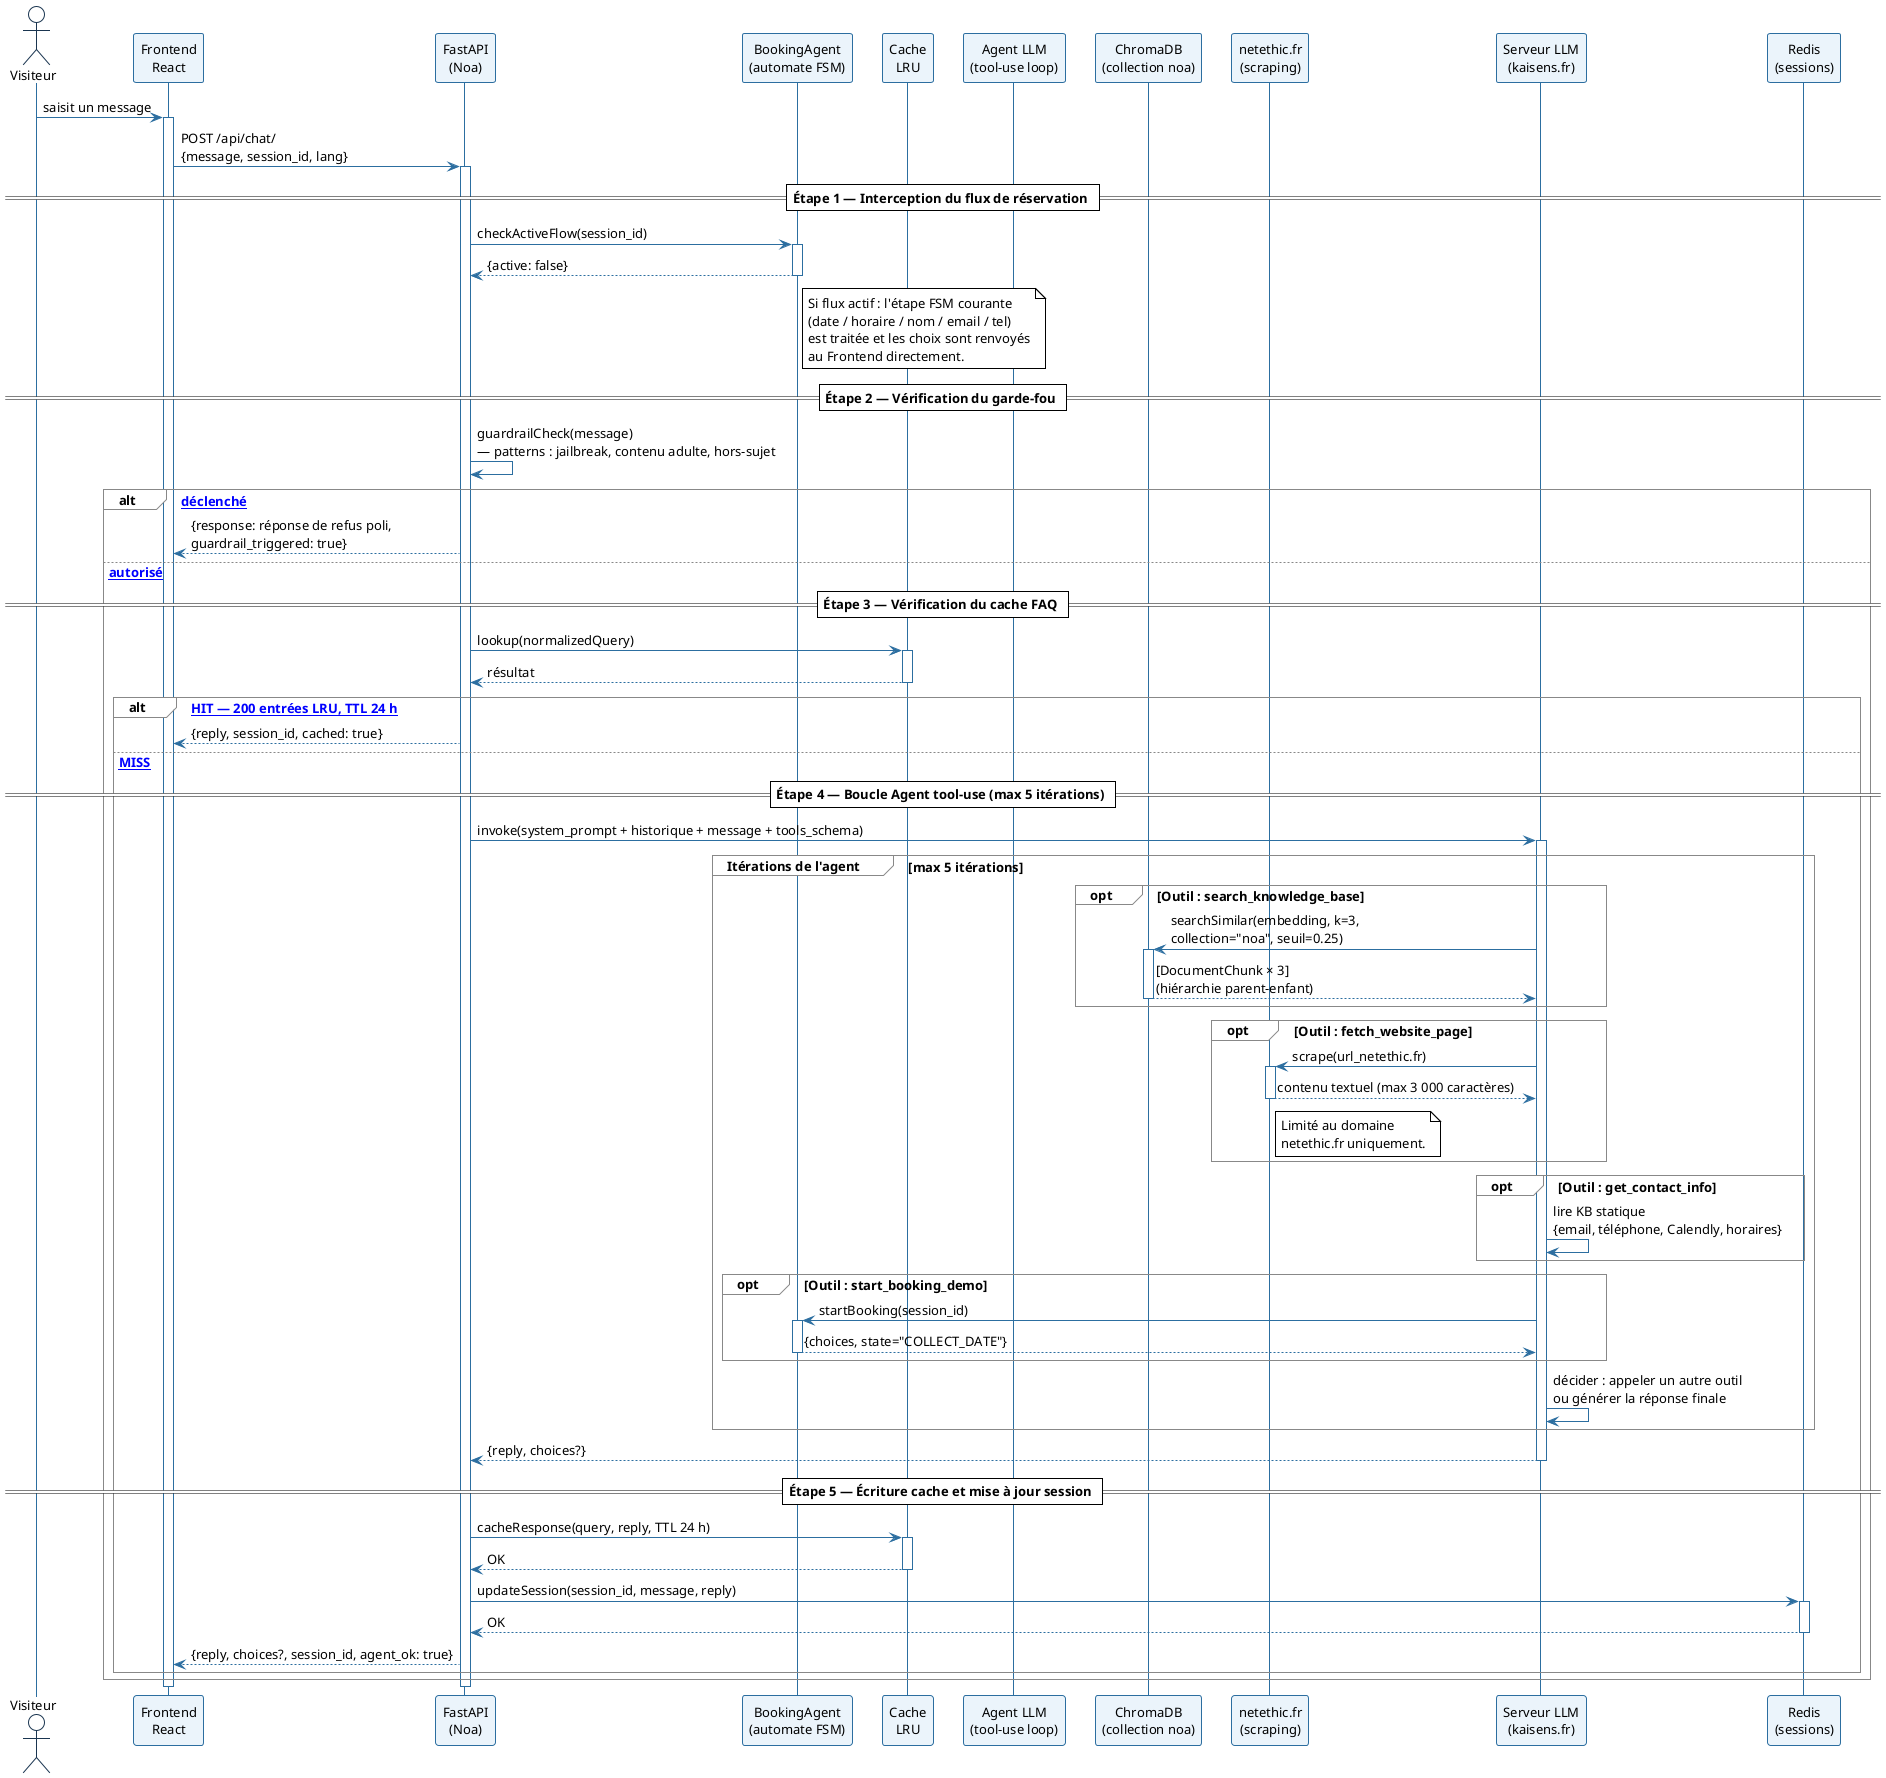
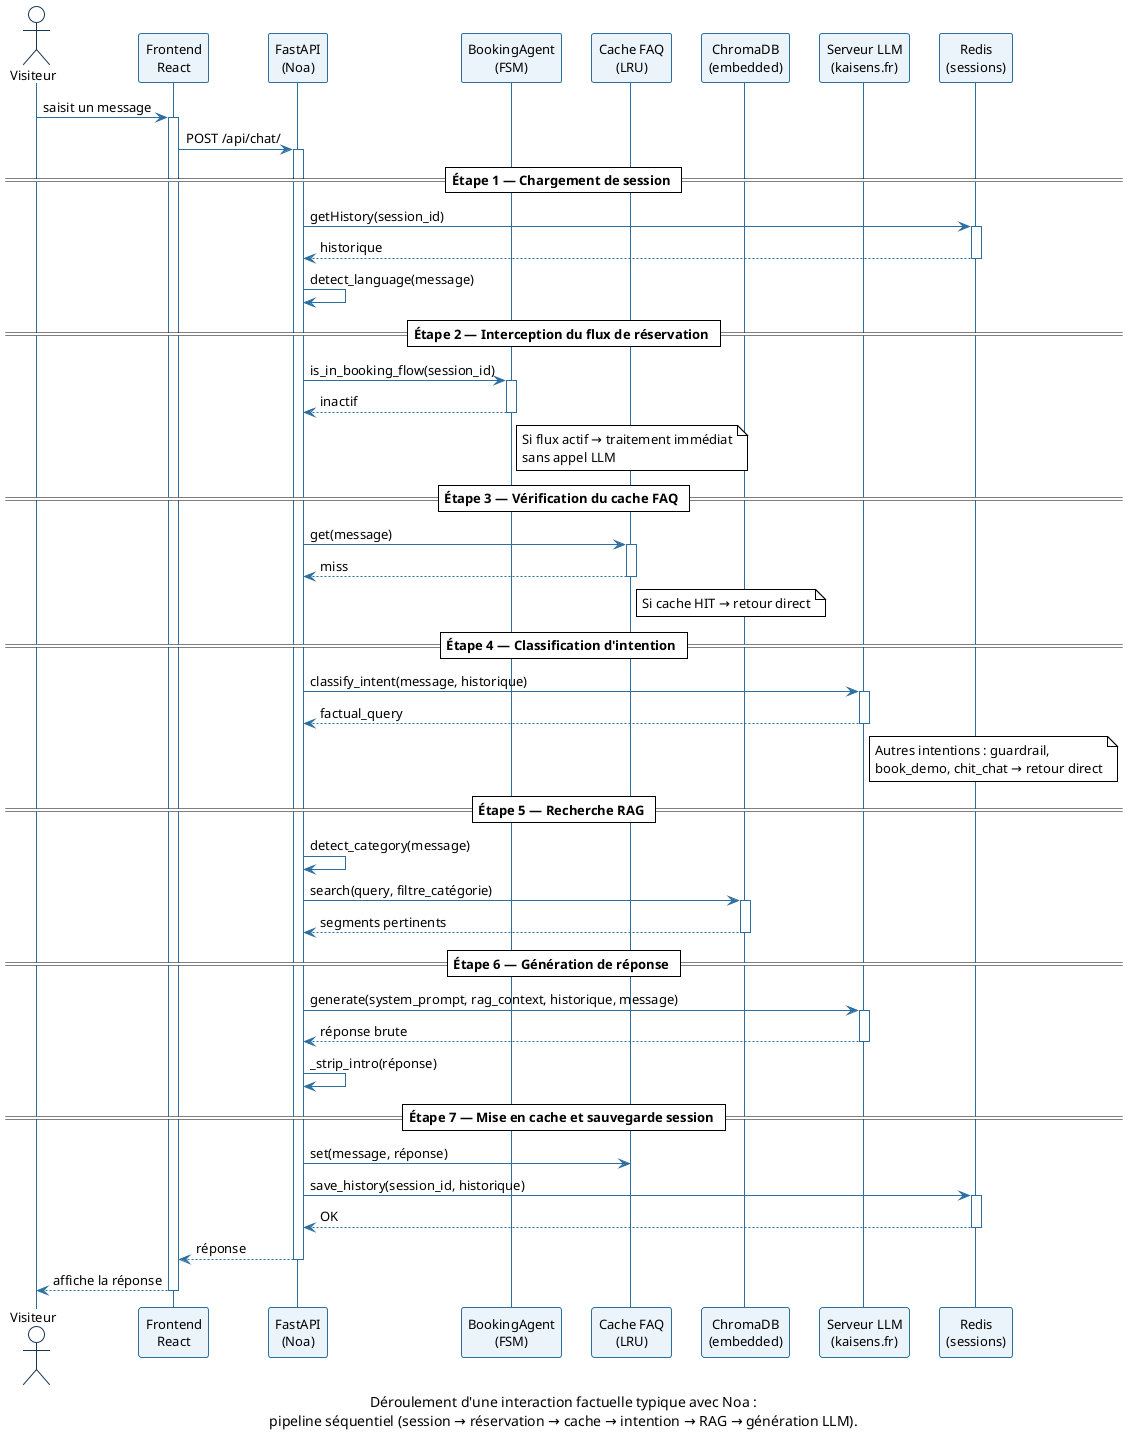
- ﻿@startuml sequence_noa
+ @startuml sequence_noa
!theme plain
skinparam sequenceArrowColor #2C6EA0
skinparam sequenceLifeLineBorderColor #2C6EA0
skinparam sequenceParticipantBorderColor #2C6EA0
skinparam sequenceParticipantBackgroundColor #EBF4FB
skinparam sequenceActorBorderColor #1A3550
skinparam sequenceGroupBorderColor #888888
skinparam defaultFontName Arial
skinparam defaultFontSize 13

+ caption Déroulement d'une interaction factuelle typique avec Noa :\npipeline séquentiel (session → réservation → cache → intention → RAG → génération LLM).

- actor       "Visiteur"                      as V
- participant "Frontend\nReact"               as FE
- participant "FastAPI\n(Noa)"                as API
- participant "BookingAgent\n(automate FSM)"  as FSM
- participant "Cache\nLRU"                    as Cache
- participant "Agent LLM\n(tool-use loop)"    as Agent
- participant "ChromaDB\n(collection noa)"    as Chroma
- participant "netethic.fr\n(scraping)"       as Web
- participant "Serveur LLM\n(kaisens.fr)"     as LLM
- participant "Redis\n(sessions)"             as Redis
+ actor       "Visiteur"                  as V
+ participant "Frontend\nReact"           as FE
+ participant "FastAPI\n(Noa)"            as API
+ participant "BookingAgent\n(FSM)"       as FSM
+ participant "Cache FAQ\n(LRU)"          as Cache
+ participant "ChromaDB\n(embedded)"      as Chroma
+ participant "Serveur LLM\n(kaisens.fr)" as LLM
+ participant "Redis\n(sessions)"         as Redis

V  -> FE  : saisit un message
activate FE
- FE -> API : POST /api/chat/\n{message, session_id, lang}
+ FE -> API : POST /api/chat/
activate API

- == Étape 1 — Interception du flux de réservation ==
+ == Étape 1 — Chargement de session ==

- API -> FSM : checkActiveFlow(session_id)
+ API -> Redis : getHistory(session_id)
+ activate Redis
+ Redis --> API : historique
+ deactivate Redis
+ API -> API : detect_language(message)
+ 
+ == Étape 2 — Interception du flux de réservation ==
+ 
+ API -> FSM : is_in_booking_flow(session_id)
activate FSM
- FSM --> API : {active: false}
+ FSM --> API : inactif
deactivate FSM
+ note right of FSM : Si flux actif → traitement immédiat\nsans appel LLM

- note right of FSM
-   Si flux actif : l'étape FSM courante
-   (date / horaire / nom / email / tel)
-   est traitée et les choix sont renvoyés
-   au Frontend directement.
- end note
+ == Étape 3 — Vérification du cache FAQ ==

- == Étape 2 — Vérification du garde-fou ==
+ API -> Cache : get(message)
+ activate Cache
+ Cache --> API : miss
+ deactivate Cache
+ note right of Cache : Si cache HIT → retour direct

- API -> API : guardrailCheck(message)\n— patterns : jailbreak, contenu adulte, hors-sujet
+ == Étape 4 — Classification d'intention ==

- alt [Guardrail déclenché]
-   API --> FE : {response: réponse de refus poli,\nguardrail_triggered: true}
+ API -> LLM : classify_intent(message, historique)
+ activate LLM
+ LLM --> API : factual_query
+ deactivate LLM
+ note right of LLM : Autres intentions : guardrail,\nbook_demo, chit_chat → retour direct

- else [Message autorisé]
+ == Étape 5 — Recherche RAG ==

-   == Étape 3 — Vérification du cache FAQ ==
+ API -> API : detect_category(message)
+ API -> Chroma : search(query, filtre_catégorie)
+ activate Chroma
+ Chroma --> API : segments pertinents
+ deactivate Chroma

-   API -> Cache : lookup(normalizedQuery)
-   activate Cache
-   Cache --> API : résultat
-   deactivate Cache
+ == Étape 6 — Génération de réponse ==

-   alt [Cache HIT — 200 entrées LRU, TTL 24 h]
-     API --> FE : {reply, session_id, cached: true}
+ API -> LLM : generate(system_prompt, rag_context, historique, message)
+ activate LLM
+ LLM --> API : réponse brute
+ deactivate LLM
+ API -> API : _strip_intro(réponse)

-   else [Cache MISS]
+ == Étape 7 — Mise en cache et sauvegarde session ==

-     == Étape 4 — Boucle Agent tool-use (max 5 itérations) ==
+ API -> Cache : set(message, réponse)
+ API -> Redis : save_history(session_id, historique)
+ activate Redis
+ Redis --> API : OK
+ deactivate Redis

-     API -> LLM : invoke(system_prompt + historique + message + tools_schema)
-     activate LLM
- 
-     group Itérations de l'agent [max 5 itérations]
- 
-       opt Outil : search_knowledge_base
-         LLM -> Chroma : searchSimilar(embedding, k=3,\ncollection="noa", seuil=0.25)
-         activate Chroma
-         Chroma --> LLM : [DocumentChunk × 3]\n(hiérarchie parent-enfant)
-         deactivate Chroma
-       end
- 
-       opt Outil : fetch_website_page
-         LLM -> Web : scrape(url_netethic.fr)
-         activate Web
-         Web --> LLM : contenu textuel (max 3 000 caractères)
-         deactivate Web
-         note right of Web : Limité au domaine\nnetethic.fr uniquement.
-       end
- 
-       opt Outil : get_contact_info
-         LLM -> LLM : lire KB statique\n{email, téléphone, Calendly, horaires}
-       end
- 
-       opt Outil : start_booking_demo
-         LLM -> FSM : startBooking(session_id)
-         activate FSM
-         FSM --> LLM : {choices, state="COLLECT_DATE"}
-         deactivate FSM
-       end
- 
-       LLM -> LLM : décider : appeler un autre outil\nou générer la réponse finale
- 
-     end
- 
-     LLM --> API : {reply, choices?}
-     deactivate LLM
- 
-     == Étape 5 — Écriture cache et mise à jour session ==
- 
-     API -> Cache : cacheResponse(query, reply, TTL 24 h)
-     activate Cache
-     Cache --> API : OK
-     deactivate Cache
- 
-     API -> Redis : updateSession(session_id, message, reply)
-     activate Redis
-     Redis --> API : OK
-     deactivate Redis
- 
-     API --> FE : {reply, choices?, session_id, agent_ok: true}
- 
-   end
- 
- end
- 
+ API --> FE : réponse
deactivate API
+ FE --> V : affiche la réponse
deactivate FE

@enduml
